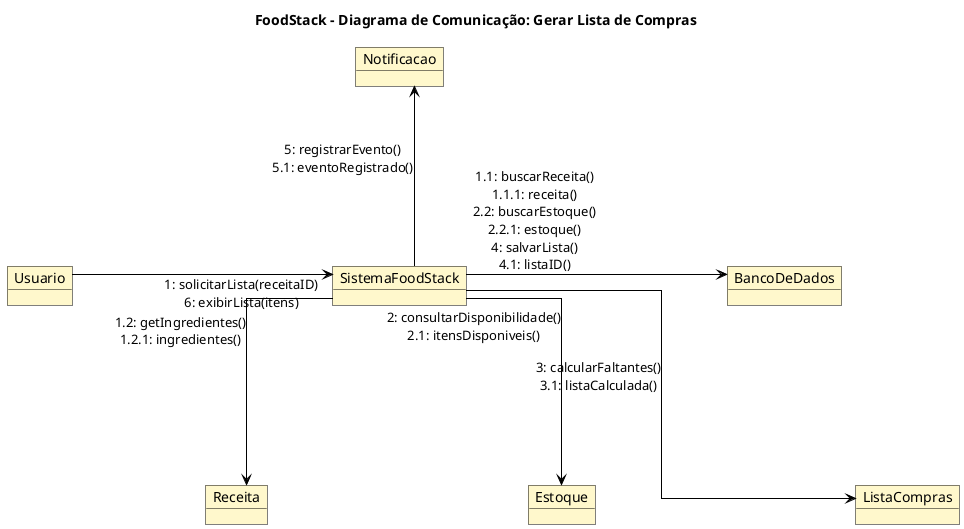
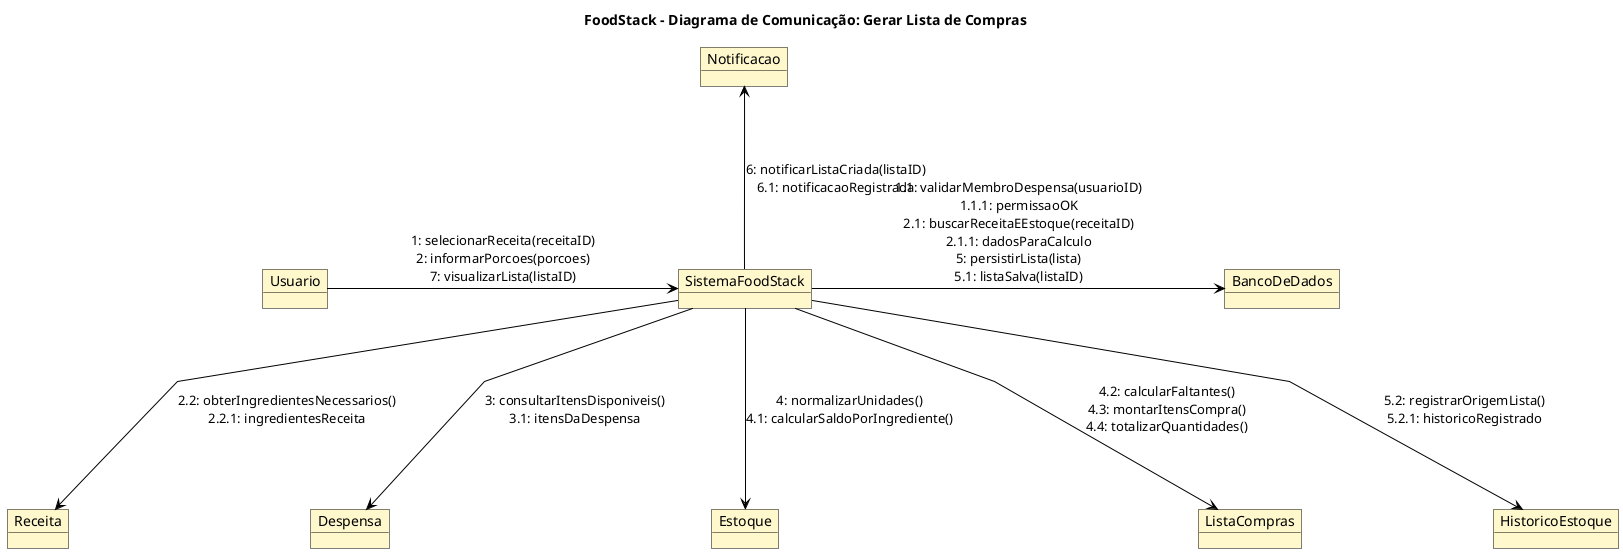
@startuml
title FoodStack - Diagrama de Comunicação: Gerar Lista de Compras

skinparam shadowing false
skinparam defaultFontName Arial
skinparam ArrowColor Black
- skinparam linetype ortho
- skinparam nodesep 260
- skinparam ranksep 180
+ skinparam linetype polyline
+ skinparam nodesep 165
+ skinparam ranksep 145
skinparam object {
  BackgroundColor #FFF8CC
  BorderColor Black
}

object "Usuario" as Usuario
object "SistemaFoodStack" as Sistema
object "BancoDeDados" as Banco
object "Receita" as Receita
+ object "Despensa" as Despensa
object "Estoque" as Estoque
object "ListaCompras" as Lista
+ object "HistoricoEstoque" as Historico
object "Notificacao" as Notificacao

- Notificacao -[hidden]down- Sistema
Usuario -[hidden]right- Sistema
Sistema -[hidden]right- Banco
- Receita -[hidden]right- Estoque
+ Notificacao -[hidden]down- Sistema
+ Receita -[hidden]right- Despensa
+ Despensa -[hidden]right- Estoque
Estoque -[hidden]right- Lista
- Sistema -[hidden]down- Receita
+ Lista -[hidden]right- Historico
+ Sistema -[hidden]down- Estoque

- Usuario -right-> Sistema : 1: solicitarLista(receitaID)\n6: exibirLista(itens)
- Sistema -right-> Banco : 1.1: buscarReceita()\n1.1.1: receita()\n2.2: buscarEstoque()\n2.2.1: estoque()\n4: salvarLista()\n4.1: listaID()
- Sistema -down-> Receita : 1.2: getIngredientes()\n1.2.1: ingredientes()
- Sistema --> Estoque : 2: consultarDisponibilidade()\n2.1: itensDisponiveis()
- Sistema --> Lista : 3: calcularFaltantes()\n3.1: listaCalculada()
- Sistema -up-> Notificacao : 5: registrarEvento()\n5.1: eventoRegistrado()
+ Usuario -right-> Sistema : 1: selecionarReceita(receitaID)\n2: informarPorcoes(porcoes)\n7: visualizarLista(listaID)
+ 
+ Sistema -right-> Banco : 1.1: validarMembroDespensa(usuarioID)\n1.1.1: permissaoOK\n2.1: buscarReceitaEEstoque(receitaID)\n2.1.1: dadosParaCalculo\n5: persistirLista(lista)\n5.1: listaSalva(listaID)
+ 
+ Sistema -down-> Receita : 2.2: obterIngredientesNecessarios()\n2.2.1: ingredientesReceita
+ 
+ Sistema -down-> Despensa : 3: consultarItensDisponiveis()\n3.1: itensDaDespensa
+ 
+ Sistema -down-> Estoque : 4: normalizarUnidades()\n4.1: calcularSaldoPorIngrediente()
+ 
+ Sistema --> Lista : 4.2: calcularFaltantes()\n4.3: montarItensCompra()\n4.4: totalizarQuantidades()
+ 
+ Sistema --> Historico : 5.2: registrarOrigemLista()\n5.2.1: historicoRegistrado
+ 
+ Sistema -up-> Notificacao : 6: notificarListaCriada(listaID)\n6.1: notificacaoRegistrada
@enduml
